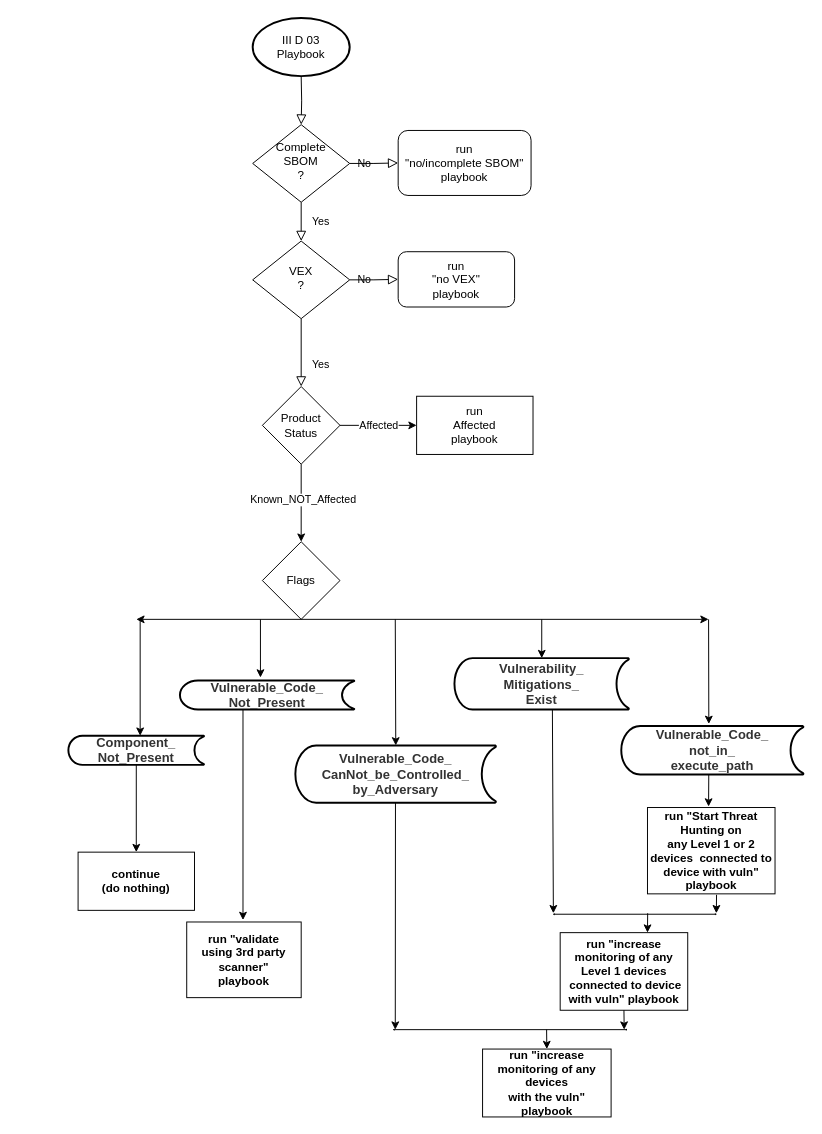
This is Images/IIID03.drawio from sparrell/Ogres, a draw.io file, before an edit. Source tidied: cells renumbered, new cells numbered last; positions are measured from the earlier drawing's top-left corner, leaving out a move shared by most shapes. Both pictures are drawn from the tidied source at 97%, with x=0, y=0 at pixel (68, 17).
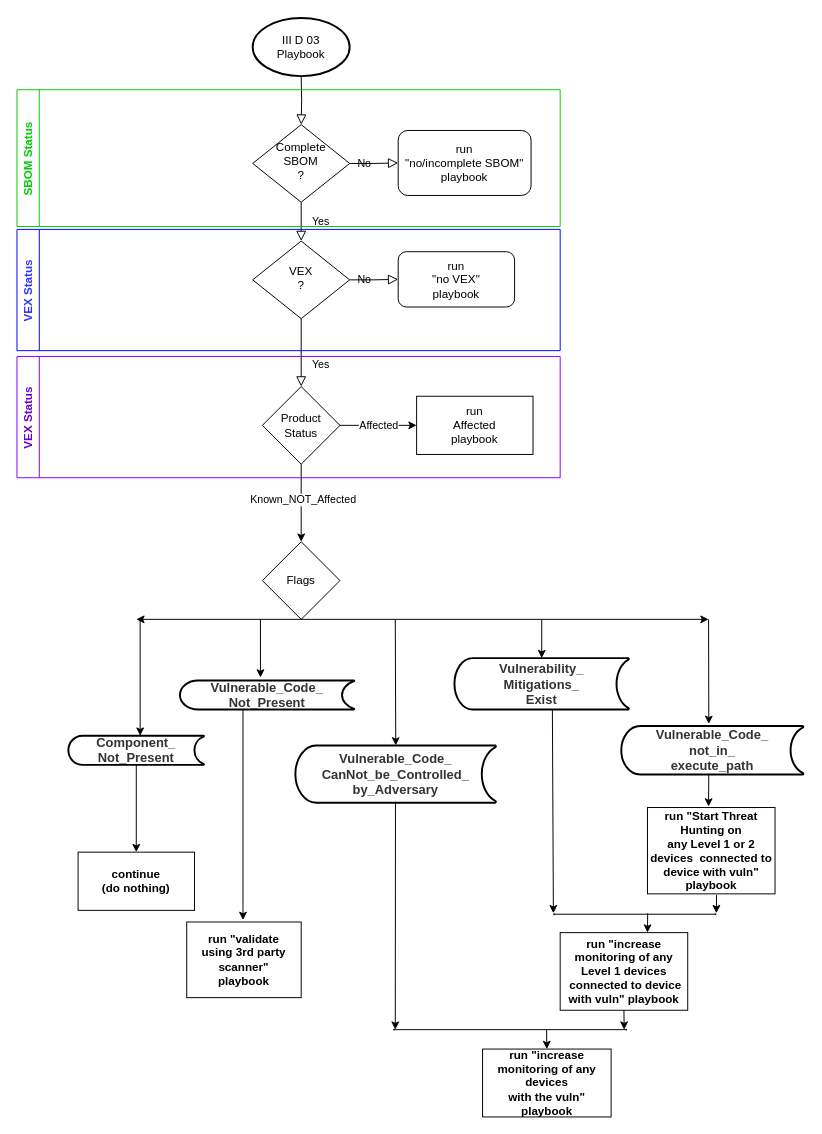
After the change.

Change to the diagram source:
```diff
@@
+    <mxCell id="45" value="SBOM Status" style="swimlane;horizontal=0;strokeColor=#00CC00;fontColor=#00CC00;" parent="1" vertex="1">
+      <mxGeometry x="-53" y="74" width="560" height="141" as="geometry" />
+    </mxCell>
+    <mxCell id="46" value="VEX Status" style="swimlane;horizontal=0;strokeColor=#0000FF;fontColor=#3333FF;" parent="1" vertex="1">
+      <mxGeometry x="-53" y="218" width="560" height="125" as="geometry" />
+    </mxCell>
+    <mxCell id="47" value="VEX Status" style="swimlane;horizontal=0;strokeColor=#7F00FF;fontColor=#6600CC;" parent="1" vertex="1">
+      <mxGeometry x="-53" y="349" width="560" height="125" as="geometry" />
+    </mxCell>
```
